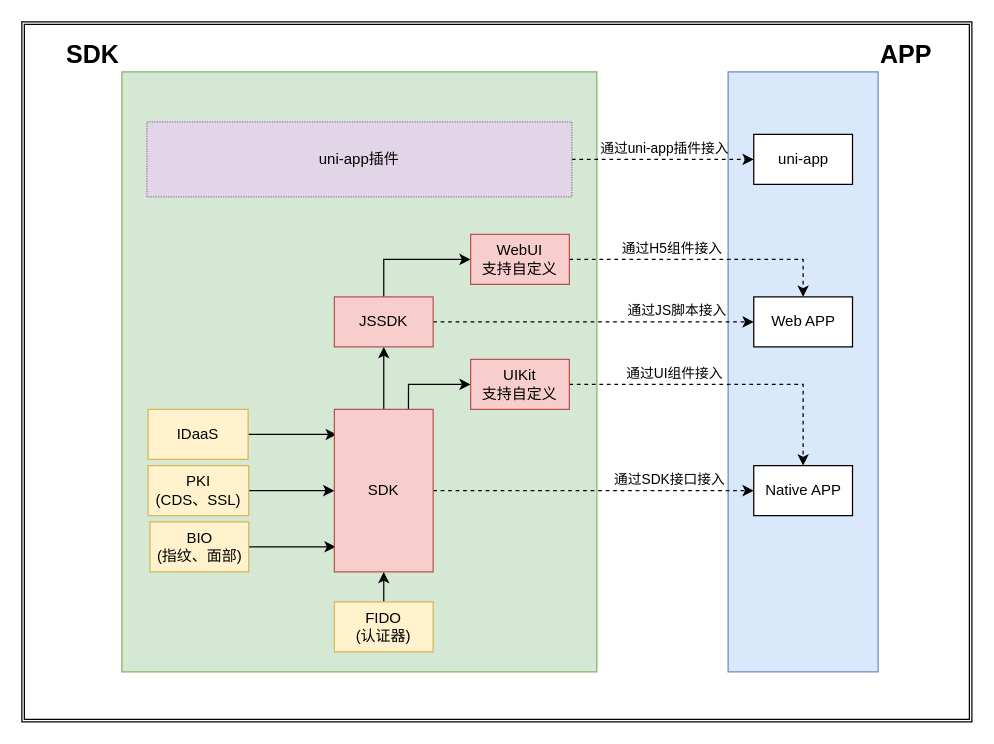
Before: 认证SDK结构图.drawio in mobof/Koal, a draw.io diagram. Source tidied: cells renumbered, new cells numbered last; positions are measured from the earlier drawing's top-left corner, leaving out a move shared by most shapes. Both pictures are drawn from the tidied source at 125%, with x=0, y=0 at pixel (21, 21).
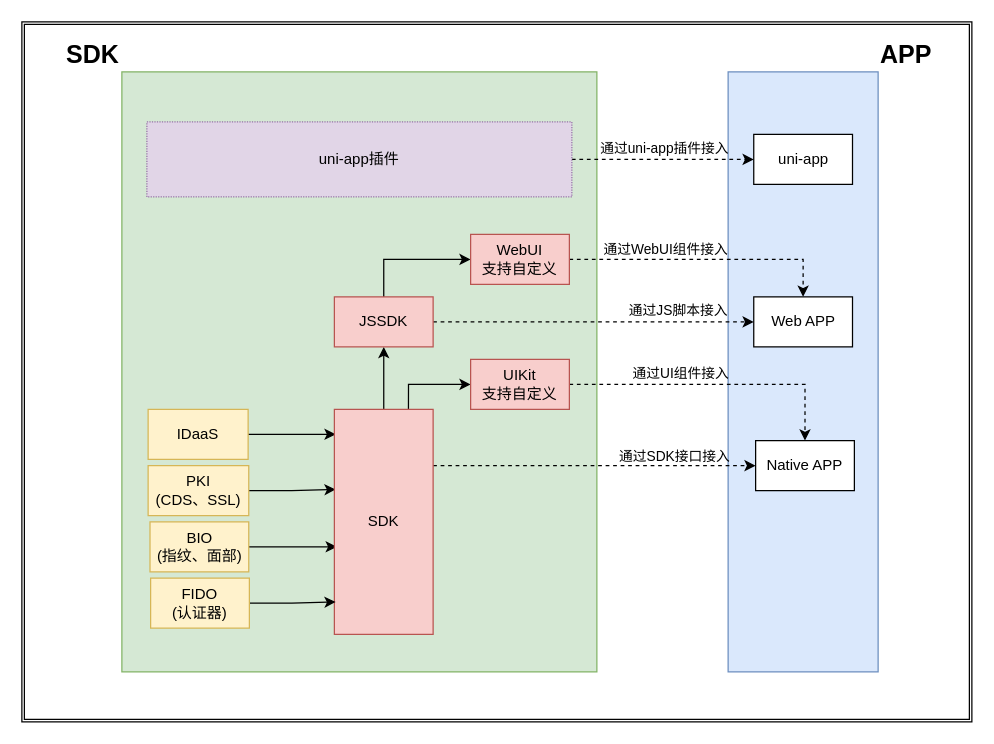
Above is the later version.

Commit message:
Update 认证SDK结构图.drawio

The change refers to these unchanged cells:
```xml
<mxCell id="6" value="PKI&lt;br&gt;(CDS、SSL)" style="rounded=0;whiteSpace=wrap;html=1;fillColor=#fff2cc;strokeColor=#d6b656;" parent="1" vertex="1">
  <mxGeometry x="101" y="355" width="80.5" height="40" as="geometry" />
</mxCell>
<mxCell id="8" value="BIO&lt;br&gt;(指纹、面部)" style="rounded=0;whiteSpace=wrap;html=1;fillColor=#fff2cc;strokeColor=#d6b656;" parent="1" vertex="1">
  <mxGeometry x="102.5" y="400" width="79" height="40" as="geometry" />
</mxCell>
<mxCell id="10" value="IDaaS" style="rounded=0;whiteSpace=wrap;html=1;fillColor=#fff2cc;strokeColor=#d6b656;" parent="1" vertex="1">
  <mxGeometry x="101" y="310" width="80" height="40" as="geometry" />
</mxCell>
<mxCell id="17" style="edgeStyle=orthogonalEdgeStyle;rounded=0;jettySize=auto;html=1;dashed=1;" parent="1" edge="1" source="19" target="26">
  <mxGeometry relative="1" as="geometry" />
</mxCell>
<mxCell id="20" style="edgeStyle=orthogonalEdgeStyle;rounded=0;jettySize=auto;html=1;entryX=0.5;entryY=0;entryDx=0;entryDy=0;dashed=1;" parent="1" edge="1" source="22" target="25">
  <mxGeometry relative="1" as="geometry" />
</mxCell>
<mxCell id="24" value="WebUI&lt;br&gt;支持自定义" style="rounded=0;whiteSpace=wrap;html=1;fillColor=#f8cecc;strokeColor=#b85450;" parent="1" vertex="1">
  <mxGeometry x="359" y="170" width="79" height="40" as="geometry" />
</mxCell>
<mxCell id="26" value="Web APP" style="rounded=0;whiteSpace=wrap;html=1;" parent="1" vertex="1">
  <mxGeometry x="585.5" y="220" width="79" height="40" as="geometry" />
</mxCell>
```

What changed in the source:
```diff
@@
-    <mxCell id="5" style="edgeStyle=orthogonalEdgeStyle;rounded=0;jettySize=auto;html=1;entryX=0;entryY=0.5;entryDx=0;entryDy=0;" parent="1" edge="1" source="6" target="15">
+    <mxCell id="5" style="edgeStyle=orthogonalEdgeStyle;rounded=0;jettySize=auto;html=1;entryX=0.013;entryY=0.356;entryDx=0;entryDy=0;entryPerimeter=0;" parent="1" edge="1" source="6" target="15">
       <mxGeometry relative="1" as="geometry" />
     </mxCell>
@@
-    <mxCell id="7" style="edgeStyle=orthogonalEdgeStyle;rounded=0;jettySize=auto;html=1;entryX=0.013;entryY=0.846;entryDx=0;entryDy=0;entryPerimeter=0;" parent="1" edge="1" source="8" target="15">
+    <mxCell id="7" style="edgeStyle=orthogonalEdgeStyle;rounded=0;jettySize=auto;html=1;entryX=0.025;entryY=0.611;entryDx=0;entryDy=0;entryPerimeter=0;" parent="1" edge="1" source="8" target="15">
       <mxGeometry relative="1" as="geometry" />
     </mxCell>
@@
-    <mxCell id="9" style="edgeStyle=orthogonalEdgeStyle;rounded=0;jettySize=auto;html=1;entryX=0.025;entryY=0.154;entryDx=0;entryDy=0;entryPerimeter=0;" parent="1" edge="1" source="10" target="15">
+    <mxCell id="9" style="edgeStyle=orthogonalEdgeStyle;rounded=0;jettySize=auto;html=1;entryX=0.013;entryY=0.111;entryDx=0;entryDy=0;entryPerimeter=0;" parent="1" edge="1" source="10" target="15">
       <mxGeometry relative="1" as="geometry" />
     </mxCell>
@@
-    <mxCell id="13" style="edgeStyle=orthogonalEdgeStyle;rounded=0;jettySize=auto;html=1;entryX=0;entryY=0.5;entryDx=0;entryDy=0;dashed=1;" parent="1" edge="1" source="15" target="25">
+    <mxCell id="13" style="edgeStyle=orthogonalEdgeStyle;rounded=0;jettySize=auto;html=1;entryX=0;entryY=0.5;entryDx=0;entryDy=0;dashed=1;exitX=1;exitY=0.25;exitDx=0;exitDy=0;" parent="1" edge="1" source="15" target="25">
       <mxGeometry relative="1" as="geometry" />
     </mxCell>
     <mxCell id="14" value="通过SDK接口接入" style="edgeLabel;html=1;align=center;verticalAlign=middle;labelBackgroundColor=none;" parent="13" vertex="1">
       <mxGeometry x="0.44" y="3" relative="1" as="geometry">
-        <mxPoint x="3" y="-7" as="offset" />
+        <mxPoint x="6" y="-5" as="offset" />
       </mxGeometry>
     </mxCell>
     <mxCell id="15" value="SDK" style="rounded=0;whiteSpace=wrap;html=1;fillColor=#f8cecc;strokeColor=#b85450;" parent="1" vertex="1">
-      <mxGeometry x="250" y="310" width="79" height="130" as="geometry" />
+      <mxGeometry x="250" y="310" width="79" height="180" as="geometry" />
     </mxCell>
@@
     <mxCell id="18" value="通过JS脚本接入" style="edgeLabel;html=1;align=center;verticalAlign=middle;labelBackgroundColor=none;" parent="17" vertex="1">
       <mxGeometry x="0.42" relative="1" as="geometry">
-        <mxPoint x="12" y="-10" as="offset" />
+        <mxPoint x="13" y="-10" as="offset" />
       </mxGeometry>
     </mxCell>
@@
     <mxCell id="21" value="通过UI组件接入" style="edgeLabel;html=1;align=center;verticalAlign=middle;labelBackgroundColor=none;" parent="20" vertex="1">
       <mxGeometry x="-0.47" y="4" relative="1" as="geometry">
-        <mxPoint x="16" y="-6" as="offset" />
+        <mxPoint x="26" y="-6" as="offset" />
       </mxGeometry>
     </mxCell>
@@
-    <mxCell id="23" value="通过H5组件接入" style="edgeStyle=orthogonalEdgeStyle;rounded=0;jettySize=auto;html=1;dashed=1;labelBackgroundColor=none;entryX=0.5;entryY=0;entryDx=0;entryDy=0;exitX=1;exitY=0.5;exitDx=0;exitDy=0;" parent="1" edge="1" source="24" target="26">
-      <mxGeometry x="-0.24" y="9" relative="1" as="geometry" />
+    <mxCell id="23" style="edgeStyle=orthogonalEdgeStyle;rounded=0;jettySize=auto;html=1;dashed=1;" parent="1" edge="1" source="24" target="26">
+      <mxGeometry relative="1" as="geometry" />
     </mxCell>
+    <mxCell id="33" value="通过WebUI组件接入" style="edgeLabel;html=1;align=center;verticalAlign=middle;labelBackgroundColor=none;" parent="23" vertex="1">
+      <mxGeometry x="-0.44" y="2" relative="1" as="geometry">
+        <mxPoint x="15" y="-7" as="offset" />
+      </mxGeometry>
+    </mxCell>
@@
     <mxCell id="25" value="Native APP" style="rounded=0;whiteSpace=wrap;html=1;" parent="1" vertex="1">
-      <mxGeometry x="585.5" y="355" width="79" height="40" as="geometry" />
+      <mxGeometry x="587" y="335" width="79" height="40" as="geometry" />
     </mxCell>
@@
-    <mxCell id="27" style="edgeStyle=orthogonalEdgeStyle;rounded=0;jettySize=auto;html=1;entryX=0.5;entryY=1;entryDx=0;entryDy=0;" parent="1" edge="1" source="28" target="15">
+    <mxCell id="27" style="edgeStyle=orthogonalEdgeStyle;rounded=0;jettySize=auto;html=1;entryX=0.013;entryY=0.856;entryDx=0;entryDy=0;entryPerimeter=0;" parent="1" edge="1" source="28" target="15">
       <mxGeometry relative="1" as="geometry" />
     </mxCell>
     <mxCell id="28" value="FIDO&lt;br&gt;(认证器)" style="rounded=0;whiteSpace=wrap;html=1;fillColor=#fff2cc;strokeColor=#d6b656;" parent="1" vertex="1">
-      <mxGeometry x="250" y="464" width="79" height="40" as="geometry" />
+      <mxGeometry x="103" y="445" width="79" height="40" as="geometry" />
     </mxCell>
```
